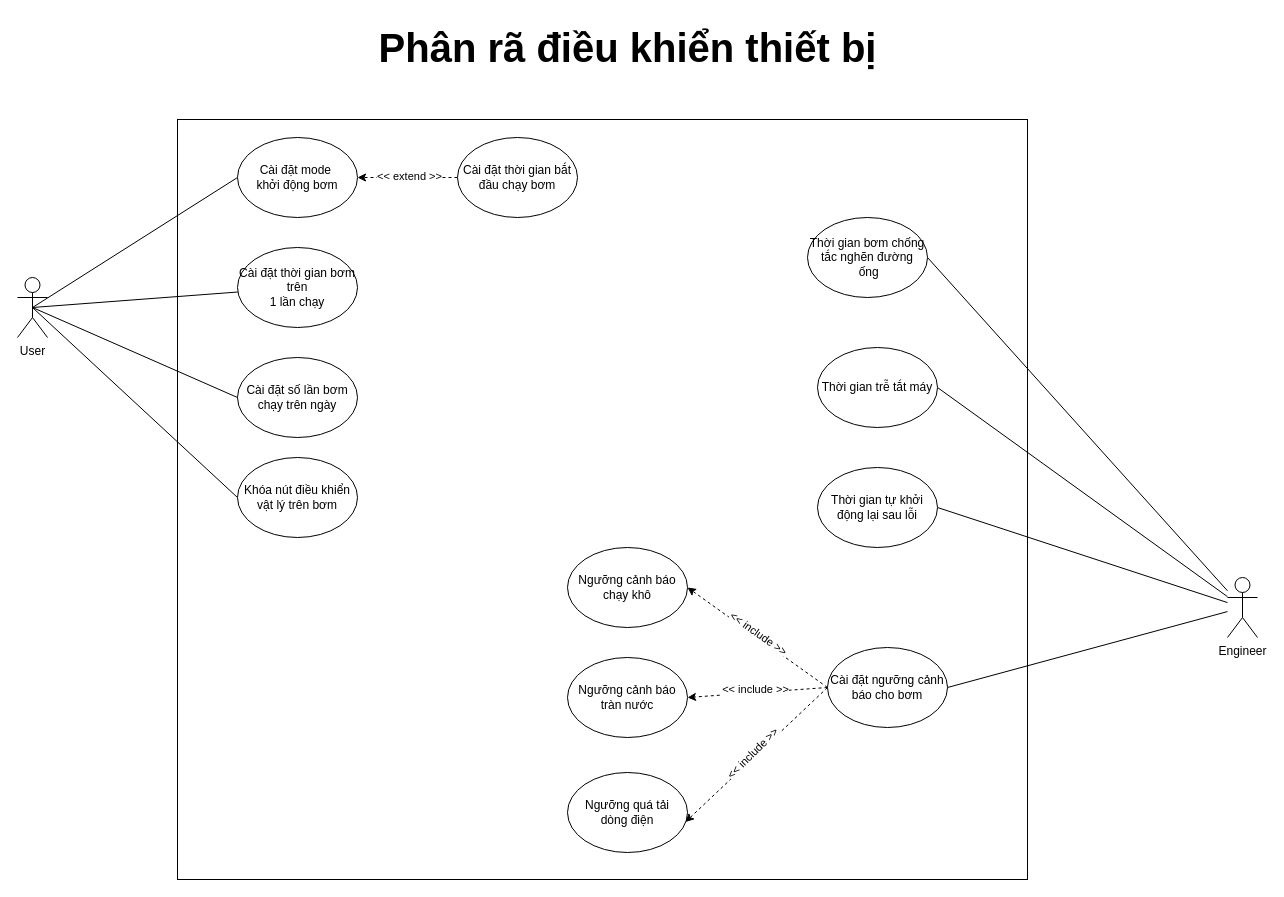
This is control_device_usecase.drawio from cuongceg/BTL-IT3120, a draw.io file, before an edit. Source tidied: cells renumbered, new cells numbered last; positions are measured from the earlier drawing's top-left corner, leaving out a move shared by most shapes. Both pictures are drawn from the tidied source at 100%, with x=0, y=0 at pixel (17, 17).
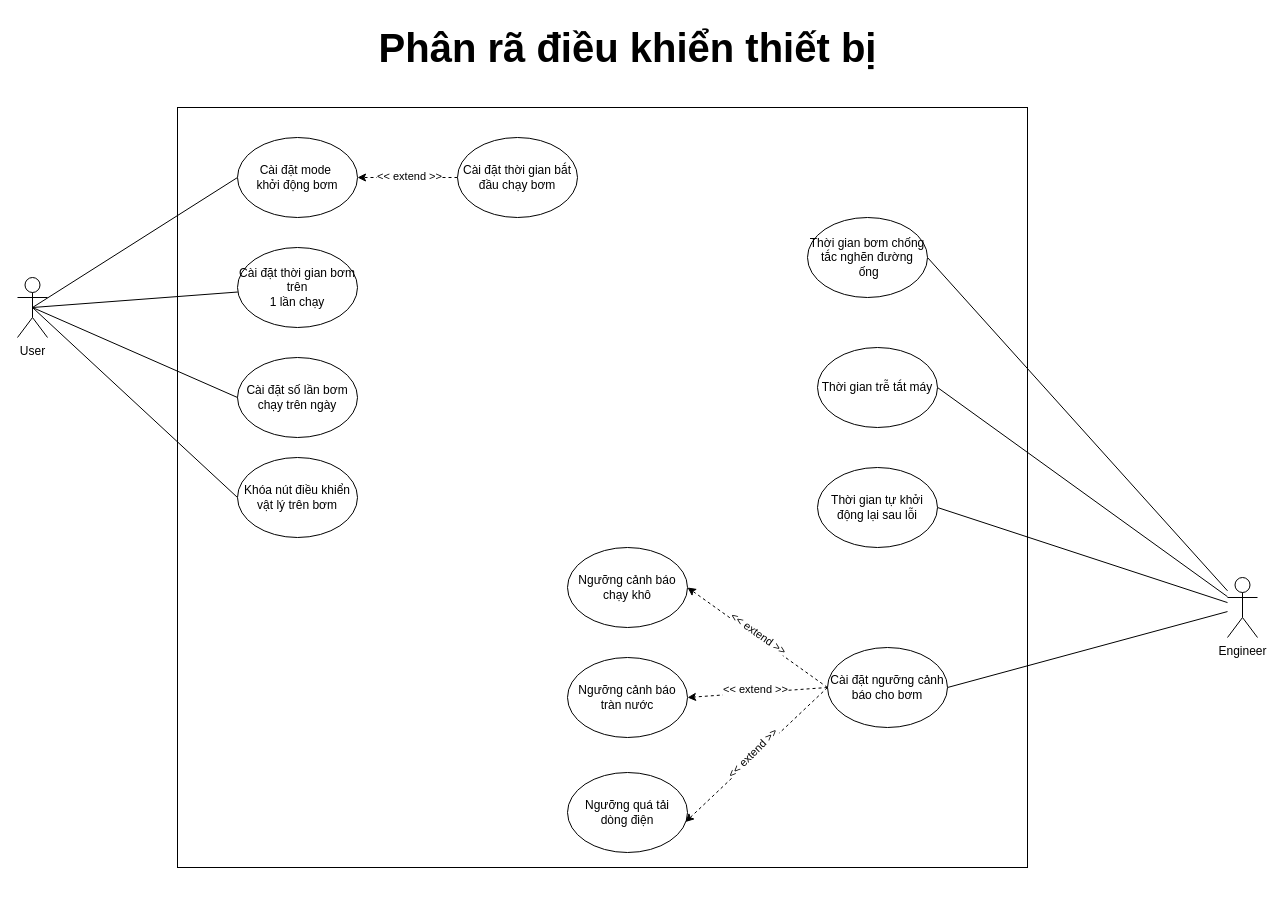
Above is the later version.

Commit message:
Changed <<include>> to <<extend>> relationship in use case diagram

The change refers to these unchanged cells:
```xml
<mxCell id="25" style="rounded=0;jettySize=auto;html=1;entryX=1;entryY=0.5;entryDx=0;entryDy=0;dashed=1;exitX=0;exitY=0.5;exitDx=0;exitDy=0;" parent="1" edge="1" source="27" target="28">
  <mxGeometry relative="1" as="geometry" />
</mxCell>
<mxCell id="29" style="rounded=0;jettySize=auto;html=1;entryX=1;entryY=0.5;entryDx=0;entryDy=0;dashed=1;exitX=0;exitY=0.5;exitDx=0;exitDy=0;" parent="1" edge="1" source="27" target="19">
  <mxGeometry relative="1" as="geometry" />
</mxCell>
<mxCell id="31" style="rounded=0;jettySize=auto;html=1;entryX=0.983;entryY=0.619;entryDx=0;entryDy=0;dashed=1;exitX=0;exitY=0.5;exitDx=0;exitDy=0;entryPerimeter=0;" parent="1" edge="1" source="27" target="20">
  <mxGeometry relative="1" as="geometry" />
</mxCell>
```

Change to the diagram source:
```diff
@@
     <mxCell id="11" style="rounded=0;whiteSpace=wrap;html=1;fillColor=none;" parent="1" vertex="1">
-      <mxGeometry x="160" y="102" width="850" height="760" as="geometry" />
+      <mxGeometry x="160" y="90" width="850" height="760" as="geometry" />
     </mxCell>
@@
-    <mxCell id="26" value="&amp;lt;&amp;lt; include &amp;gt;&amp;gt;" style="edgeLabel;html=1;align=center;verticalAlign=middle;rotation=35;" parent="25" vertex="1">
+    <mxCell id="26" value="&amp;lt;&amp;lt; extend &amp;gt;&amp;gt;" style="edgeLabel;html=1;align=center;verticalAlign=middle;rotation=35;" parent="25" vertex="1">
       <mxGeometry x="0.02" y="-4" relative="1" as="geometry" />
     </mxCell>
@@
-    <mxCell id="30" value="&amp;lt;&amp;lt; include &amp;gt;&amp;gt;" style="edgeLabel;html=1;align=center;verticalAlign=middle;rotation=0;" parent="29" vertex="1">
+    <mxCell id="30" value="&amp;lt;&amp;lt; extend &amp;gt;&amp;gt;" style="edgeLabel;html=1;align=center;verticalAlign=middle;rotation=0;" parent="29" vertex="1">
       <mxGeometry x="0.02" y="-4" relative="1" as="geometry" />
     </mxCell>
@@
-    <mxCell id="32" value="&amp;lt;&amp;lt; include &amp;gt;&amp;gt;" style="edgeLabel;html=1;align=center;verticalAlign=middle;rotation=-45;" parent="31" vertex="1">
+    <mxCell id="32" value="&amp;lt;&amp;lt; extend &amp;gt;&amp;gt;" style="edgeLabel;html=1;align=center;verticalAlign=middle;rotation=-45;" parent="31" vertex="1">
       <mxGeometry x="0.02" y="-4" relative="1" as="geometry" />
     </mxCell>
```
